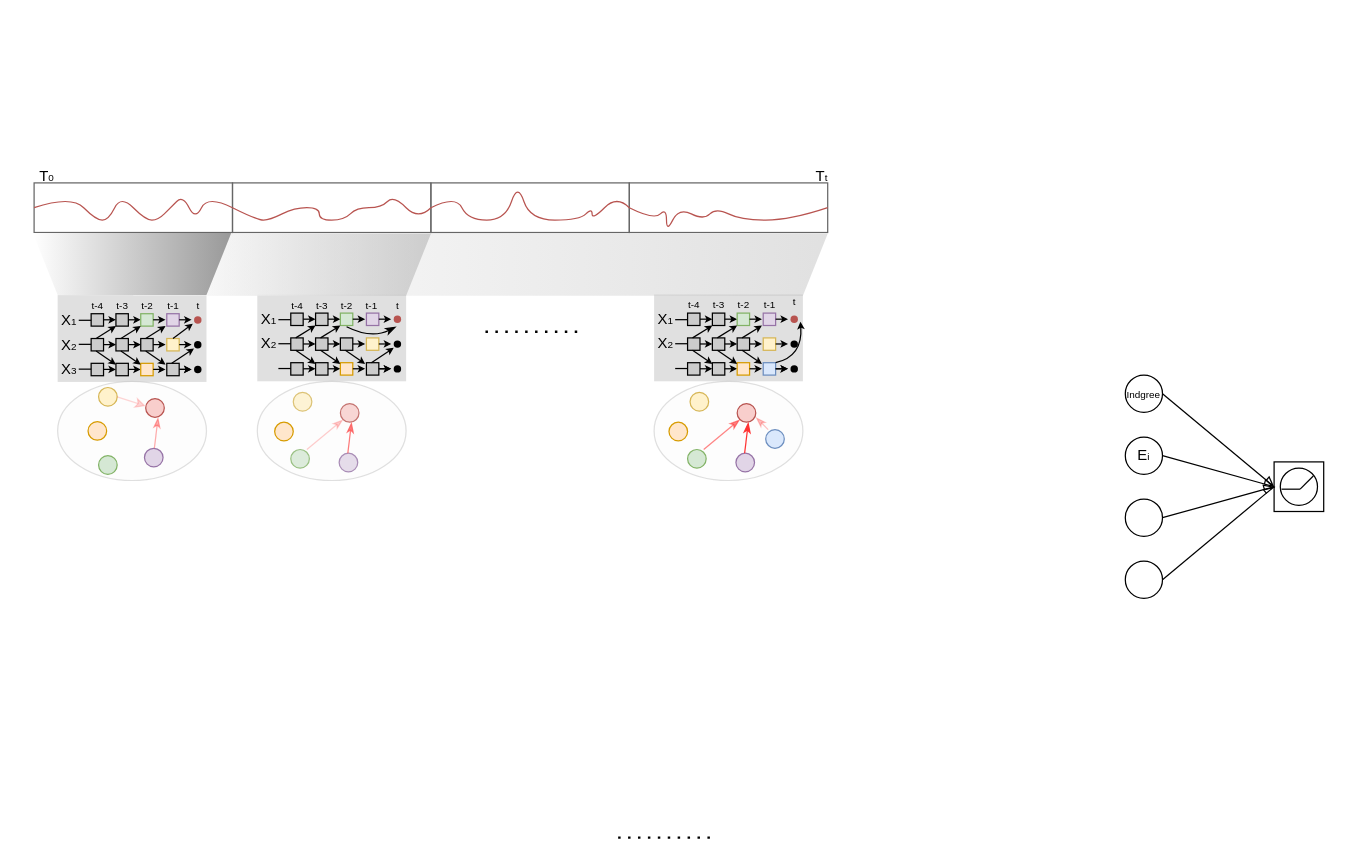
This is Causal.drawio from hzb29/hzb29, a draw.io file, before an edit. Source tidied: cells renumbered, new cells numbered last; positions are measured from the earlier drawing's top-left corner, leaving out a move shared by most shapes. Both pictures are drawn from the tidied source at 124%, with x=0, y=0 at pixel (21, 157).
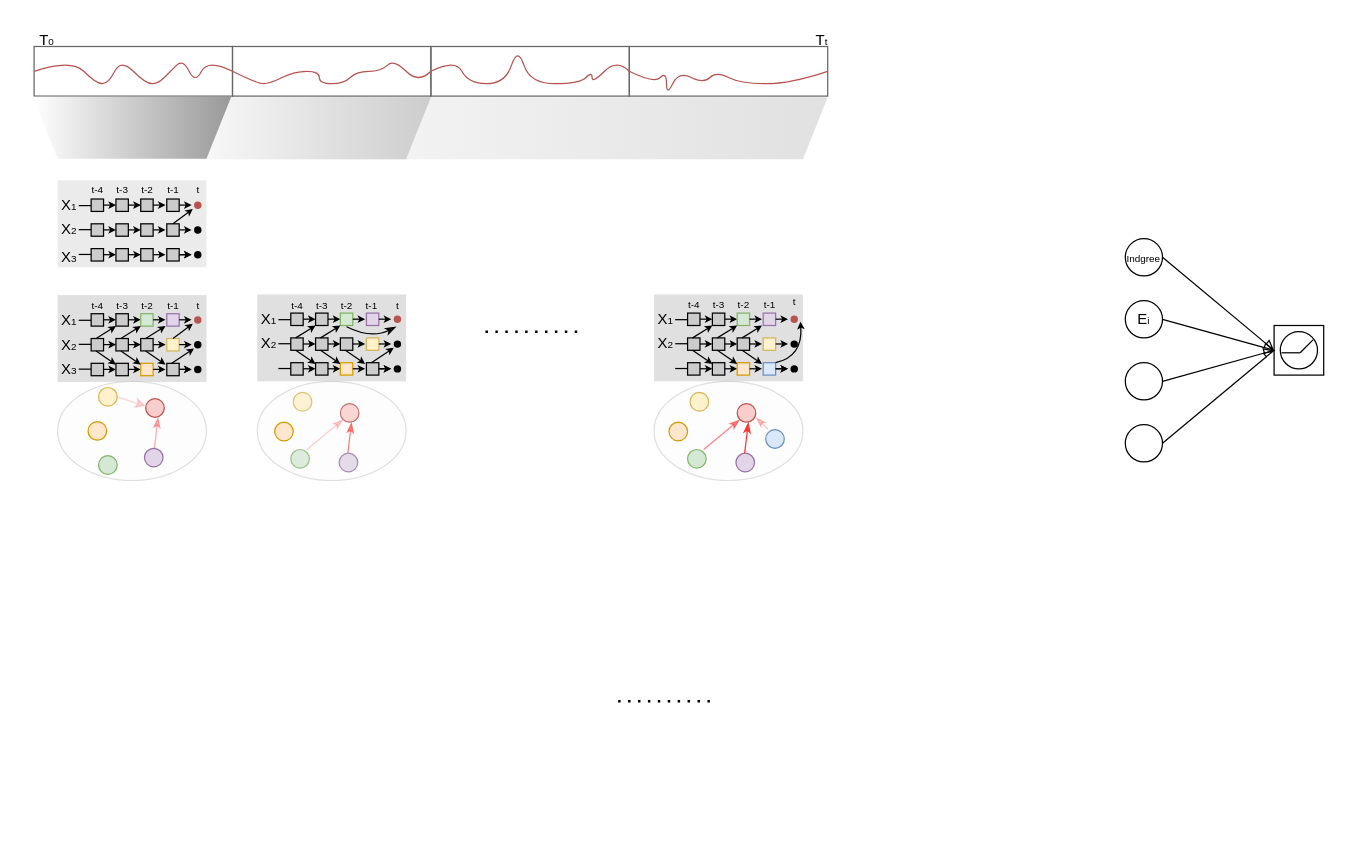
The same page after the edit.

Diff of the diagram source:
```diff
@@
     <mxCell id="3" style="rounded=0;whiteSpace=wrap;html=1;fillColor=none;fontColor=#333333;strokeColor=#666666;" parent="1" vertex="1">
-      <mxGeometry x="10" y="20" width="160" height="40" as="geometry" />
+      <mxGeometry x="10" y="-90" width="160" height="40" as="geometry" />
     </mxCell>
     <mxCell id="4" style="rounded=0;whiteSpace=wrap;html=1;fillColor=none;fontColor=#333333;strokeColor=#666666;" parent="1" vertex="1">
-      <mxGeometry x="170" y="20" width="160" height="40" as="geometry" />
+      <mxGeometry x="170" y="-90" width="160" height="40" as="geometry" />
     </mxCell>
     <mxCell id="5" style="rounded=0;whiteSpace=wrap;html=1;fillColor=none;fontColor=#333333;strokeColor=#666666;" parent="1" vertex="1">
-      <mxGeometry x="330" y="20" width="160" height="40" as="geometry" />
+      <mxGeometry x="330" y="-90" width="160" height="40" as="geometry" />
     </mxCell>
     <mxCell id="6" style="rounded=0;whiteSpace=wrap;html=1;fillColor=none;fontColor=#333333;strokeColor=#666666;" parent="1" vertex="1">
-      <mxGeometry x="490" y="20" width="160" height="40" as="geometry" />
+      <mxGeometry x="490" y="-90" width="160" height="40" as="geometry" />
     </mxCell>
     <mxCell id="7" style="curved=1;endArrow=none;html=1;rounded=0;startFill=0;entryX=0;entryY=0.5;entryDx=0;entryDy=0;fillColor=#f8cecc;strokeColor=#b85450;" parent="1" edge="1" target="4">
       <mxGeometry relative="1" as="geometry">
-        <mxPoint x="10" y="40" as="sourcePoint" />
+        <mxPoint x="10" y="-70" as="sourcePoint" />
         <Array as="points">
-          <mxPoint x="40" y="30" />
-          <mxPoint x="60" y="50" />
-          <mxPoint x="70" y="50" />
-          <mxPoint x="80" y="30" />
-          <mxPoint x="100" y="50" />
-          <mxPoint x="110" y="50" />
-          <mxPoint x="120" y="40" />
-          <mxPoint x="130" y="30" />
-          <mxPoint x="140" y="50" />
-          <mxPoint x="150" y="30" />
+          <mxPoint x="40" y="-80" />
+          <mxPoint x="60" y="-60" />
+          <mxPoint x="70" y="-60" />
+          <mxPoint x="80" y="-80" />
+          <mxPoint x="100" y="-60" />
+          <mxPoint x="110" y="-60" />
+          <mxPoint x="120" y="-70" />
+          <mxPoint x="130" y="-80" />
+          <mxPoint x="140" y="-60" />
+          <mxPoint x="150" y="-80" />
         </Array>
       </mxGeometry>
     </mxCell>
     <mxCell id="8" style="curved=1;endArrow=none;html=1;rounded=0;startFill=0;entryX=0;entryY=0.5;entryDx=0;entryDy=0;fillColor=#f8cecc;strokeColor=#b85450;" parent="1" edge="1">
       <mxGeometry relative="1" as="geometry">
-        <mxPoint x="170" y="40" as="sourcePoint" />
-        <mxPoint x="330" y="40" as="targetPoint" />
+        <mxPoint x="170" y="-70" as="sourcePoint" />
+        <mxPoint x="330" y="-70" as="targetPoint" />
         <Array as="points">
-          <mxPoint x="190" y="50" />
-          <mxPoint x="200" y="50" />
-          <mxPoint x="220" y="40" />
-          <mxPoint x="240" y="40" />
-          <mxPoint x="240" y="50" />
-          <mxPoint x="260" y="50" />
-          <mxPoint x="270" y="40" />
-          <mxPoint x="290" y="40" />
-          <mxPoint x="300" y="30" />
-          <mxPoint x="320" y="50" />
+          <mxPoint x="190" y="-60" />
+          <mxPoint x="200" y="-60" />
+          <mxPoint x="220" y="-70" />
+          <mxPoint x="240" y="-70" />
+          <mxPoint x="240" y="-60" />
+          <mxPoint x="260" y="-60" />
+          <mxPoint x="270" y="-70" />
+          <mxPoint x="290" y="-70" />
+          <mxPoint x="300" y="-80" />
+          <mxPoint x="320" y="-60" />
         </Array>
       </mxGeometry>
     </mxCell>
     <mxCell id="9" style="curved=1;endArrow=none;html=1;rounded=0;startFill=0;entryX=0;entryY=0.5;entryDx=0;entryDy=0;fillColor=#f8cecc;strokeColor=#b85450;" parent="1" edge="1">
       <mxGeometry relative="1" as="geometry">
-        <mxPoint x="330" y="40" as="sourcePoint" />
-        <mxPoint x="490" y="40" as="targetPoint" />
+        <mxPoint x="330" y="-70" as="sourcePoint" />
+        <mxPoint x="490" y="-70" as="targetPoint" />
         <Array as="points">
-          <mxPoint x="350" y="30" />
-          <mxPoint x="360" y="50" />
-          <mxPoint x="390" y="50" />
-          <mxPoint x="400" y="20" />
-          <mxPoint x="410" y="50" />
-          <mxPoint x="450" y="50" />
-          <mxPoint x="460" y="40" />
-          <mxPoint x="460" y="50" />
-          <mxPoint x="480" y="30" />
+          <mxPoint x="350" y="-80" />
+          <mxPoint x="360" y="-60" />
+          <mxPoint x="390" y="-60" />
+          <mxPoint x="400" y="-90" />
+          <mxPoint x="410" y="-60" />
+          <mxPoint x="450" y="-60" />
+          <mxPoint x="460" y="-70" />
+          <mxPoint x="460" y="-60" />
+          <mxPoint x="480" y="-80" />
         </Array>
       </mxGeometry>
     </mxCell>
     <mxCell id="10" style="curved=1;endArrow=none;html=1;rounded=0;startFill=0;entryX=0;entryY=0.5;entryDx=0;entryDy=0;fillColor=#f8cecc;strokeColor=#b85450;" parent="1" edge="1">
       <mxGeometry relative="1" as="geometry">
-        <mxPoint x="490" y="40" as="sourcePoint" />
-        <mxPoint x="650" y="40" as="targetPoint" />
+        <mxPoint x="490" y="-70" as="sourcePoint" />
+        <mxPoint x="650" y="-70" as="targetPoint" />
         <Array as="points">
-          <mxPoint x="510" y="50" />
-          <mxPoint x="520" y="40" />
-          <mxPoint x="520" y="60" />
-          <mxPoint x="530" y="40" />
-          <mxPoint x="550" y="50" />
-          <mxPoint x="560" y="40" />
-          <mxPoint x="580" y="50" />
-          <mxPoint x="620" y="50" />
+          <mxPoint x="510" y="-60" />
+          <mxPoint x="520" y="-70" />
+          <mxPoint x="520" y="-50" />
+          <mxPoint x="530" y="-70" />
+          <mxPoint x="550" y="-60" />
+          <mxPoint x="560" y="-70" />
+          <mxPoint x="580" y="-60" />
+          <mxPoint x="620" y="-60" />
         </Array>
       </mxGeometry>
     </mxCell>
@@
     <mxCell id="12" style="endArrow=none;dashed=1;html=1;dashPattern=1 3;strokeWidth=2;rounded=0;" parent="1" edge="1">
       <mxGeometry relative="1" as="geometry">
-        <mxPoint x="481" y="548" as="sourcePoint" />
-        <mxPoint x="561" y="548" as="targetPoint" />
+        <mxPoint x="481" y="438" as="sourcePoint" />
+        <mxPoint x="561" y="438" as="targetPoint" />
       </mxGeometry>
     </mxCell>
@@
     <mxCell id="34" value="T&lt;font style=&quot;font-size: 8px;&quot;&gt;0&lt;/font&gt;" style="text;html=1;align=center;verticalAlign=middle;strokeColor=none;fillColor=none;" parent="1" vertex="1">
-      <mxGeometry width="40" height="30" as="geometry" />
+      <mxGeometry y="-110" width="40" height="30" as="geometry" />
     </mxCell>
     <mxCell id="35" value="T&lt;font style=&quot;font-size: 8px;&quot;&gt;t&lt;/font&gt;" style="text;html=1;align=center;verticalAlign=middle;strokeColor=none;fillColor=none;" parent="1" vertex="1">
-      <mxGeometry x="630" width="30" height="30" as="geometry" />
+      <mxGeometry x="630" y="-110" width="30" height="30" as="geometry" />
     </mxCell>
@@
     <mxCell id="46" value="&lt;font style=&quot;font-size: 8px;&quot;&gt;Indgree&lt;/font&gt;" style="ellipse;whiteSpace=wrap;html=1;" parent="1" vertex="1">
-      <mxGeometry x="890" y="175" width="30" height="30" as="geometry" />
+      <mxGeometry x="890" y="65" width="30" height="30" as="geometry" />
     </mxCell>
     <mxCell id="47" value="E&lt;font style=&quot;font-size: 8px;&quot;&gt;i&lt;/font&gt;" style="ellipse;whiteSpace=wrap;html=1;" parent="1" vertex="1">
-      <mxGeometry x="890" y="225" width="30" height="30" as="geometry" />
+      <mxGeometry x="890" y="115" width="30" height="30" as="geometry" />
     </mxCell>
     <mxCell id="48" style="ellipse;whiteSpace=wrap;html=1;" parent="1" vertex="1">
-      <mxGeometry x="890" y="275" width="30" height="30" as="geometry" />
+      <mxGeometry x="890" y="165" width="30" height="30" as="geometry" />
     </mxCell>
     <mxCell id="49" style="ellipse;whiteSpace=wrap;html=1;" parent="1" vertex="1">
-      <mxGeometry x="890" y="325" width="30" height="30" as="geometry" />
+      <mxGeometry x="890" y="215" width="30" height="30" as="geometry" />
     </mxCell>
@@
     <mxCell id="60" style="whiteSpace=wrap;html=1;" parent="1" vertex="1">
-      <mxGeometry x="1010" y="245" width="40" height="40" as="geometry" />
+      <mxGeometry x="1010" y="135" width="40" height="40" as="geometry" />
     </mxCell>
     <mxCell id="61" style="ellipse;whiteSpace=wrap;html=1;" parent="1" vertex="1">
-      <mxGeometry x="1015" y="250" width="30" height="30" as="geometry" />
+      <mxGeometry x="1015" y="140" width="30" height="30" as="geometry" />
     </mxCell>
     <mxCell id="62" style="endArrow=none;html=1;rounded=0;entryX=1;entryY=0;entryDx=0;entryDy=0;" parent="1" edge="1">
       <mxGeometry relative="1" as="geometry">
-        <mxPoint x="1031" y="267" as="sourcePoint" />
-        <mxPoint x="1041.6" y="256.4" as="targetPoint" />
+        <mxPoint x="1031" y="157" as="sourcePoint" />
+        <mxPoint x="1041.6" y="146.4" as="targetPoint" />
       </mxGeometry>
     </mxCell>
     <mxCell id="63" style="endArrow=none;html=1;rounded=0;exitX=0;exitY=0.5;exitDx=0;exitDy=0;" parent="1" edge="1">
       <mxGeometry relative="1" as="geometry">
-        <mxPoint x="1016" y="267" as="sourcePoint" />
-        <mxPoint x="1031" y="267" as="targetPoint" />
+        <mxPoint x="1016" y="157" as="sourcePoint" />
+        <mxPoint x="1031" y="157" as="targetPoint" />
       </mxGeometry>
     </mxCell>
@@
     <mxCell id="187" style="shape=trapezoid;perimeter=trapezoidPerimeter;whiteSpace=wrap;html=1;fixedSize=1;rotation=-180;size=20;gradientColor=#B3B3B3;strokeColor=none;gradientDirection=west;fixDash=0;comic=0;linecap=square;linejoin=arcs;rounded=0;opacity=80;" parent="1" vertex="1">
-      <mxGeometry x="130" y="61" width="200" height="50" as="geometry" />
+      <mxGeometry x="130" y="-49" width="200" height="50" as="geometry" />
     </mxCell>
     <mxCell id="188" style="shape=trapezoid;perimeter=trapezoidPerimeter;whiteSpace=wrap;html=1;fixedSize=1;rotation=-180;size=20;gradientColor=#B3B3B3;strokeColor=none;gradientDirection=west;fixDash=0;comic=0;linecap=square;linejoin=arcs;rounded=0;opacity=40;" parent="1" vertex="1">
-      <mxGeometry x="70" y="61" width="580" height="50" as="geometry" />
+      <mxGeometry x="70" y="-49" width="580" height="50" as="geometry" />
     </mxCell>
     <mxCell id="189" style="shape=trapezoid;perimeter=trapezoidPerimeter;whiteSpace=wrap;html=1;fixedSize=1;rotation=-180;size=20;gradientColor=#999999;strokeColor=none;gradientDirection=west;fixDash=0;comic=0;linecap=square;linejoin=arcs;rounded=0;fillColor=#FFFFFF;" parent="1" vertex="1">
-      <mxGeometry x="9" y="60.5" width="160" height="50" as="geometry" />
+      <mxGeometry x="9" y="-49.5" width="160" height="50" as="geometry" />
     </mxCell>
@@
+    <mxCell id="197" style="rounded=0;whiteSpace=wrap;html=1;strokeColor=none;fillColor=#CCCCCC;gradientColor=none;gradientDirection=north;opacity=40;" parent="1" vertex="1">
+      <mxGeometry x="29" y="18" width="120" height="70" as="geometry" />
+    </mxCell>
+    <mxCell id="198" style="rounded=0;whiteSpace=wrap;html=1;fillColor=#CCCCCC;" parent="1" vertex="1">
+      <mxGeometry x="56" y="33" width="10" height="10" as="geometry" />
+    </mxCell>
+    <mxCell id="199" style="rounded=0;whiteSpace=wrap;html=1;fillColor=#CCCCCC;" parent="1" vertex="1">
+      <mxGeometry x="76" y="33" width="10" height="10" as="geometry" />
+    </mxCell>
+    <mxCell id="200" style="rounded=0;whiteSpace=wrap;html=1;fillColor=#CCCCCC;strokeColor=#000000;" parent="1" vertex="1">
+      <mxGeometry x="117" y="33" width="10" height="10" as="geometry" />
+    </mxCell>
+    <mxCell id="201" style="rounded=0;whiteSpace=wrap;html=1;fillColor=#CCCCCC;" parent="1" vertex="1">
+      <mxGeometry x="56" y="53" width="10" height="10" as="geometry" />
+    </mxCell>
+    <mxCell id="202" style="rounded=0;whiteSpace=wrap;html=1;fillColor=#CCCCCC;" parent="1" vertex="1">
+      <mxGeometry x="76" y="53" width="10" height="10" as="geometry" />
+    </mxCell>
+    <mxCell id="203" style="rounded=0;whiteSpace=wrap;html=1;fillColor=#CCCCCC;strokeColor=#000000;" parent="1" vertex="1">
+      <mxGeometry x="117" y="53" width="10" height="10" as="geometry" />
+    </mxCell>
+    <mxCell id="204" style="rounded=0;whiteSpace=wrap;html=1;fillColor=#CCCCCC;" parent="1" vertex="1">
+      <mxGeometry x="56" y="73" width="10" height="10" as="geometry" />
+    </mxCell>
+    <mxCell id="205" style="rounded=0;whiteSpace=wrap;html=1;fillColor=#CCCCCC;" parent="1" vertex="1">
+      <mxGeometry x="76" y="73" width="10" height="10" as="geometry" />
+    </mxCell>
+    <mxCell id="206" style="rounded=0;whiteSpace=wrap;html=1;fillColor=#CCCCCC;strokeColor=#000000;" parent="1" vertex="1">
+      <mxGeometry x="117" y="73" width="10" height="10" as="geometry" />
+    </mxCell>
+    <mxCell id="207" style="endArrow=classic;html=1;rounded=0;endSize=3;startSize=3;" parent="1" edge="1">
+      <mxGeometry relative="1" as="geometry">
+        <mxPoint x="127" y="57.9" as="sourcePoint" />
+        <mxPoint x="137" y="57.9" as="targetPoint" />
+      </mxGeometry>
+    </mxCell>
+    <mxCell id="208" style="endArrow=classic;html=1;rounded=0;endSize=3;startSize=3;" parent="1" edge="1">
+      <mxGeometry relative="1" as="geometry">
+        <mxPoint x="127" y="37.9" as="sourcePoint" />
+        <mxPoint x="137" y="37.9" as="targetPoint" />
+      </mxGeometry>
+    </mxCell>
+    <mxCell id="209" style="endArrow=classic;html=1;rounded=0;endSize=3;startSize=3;" parent="1" edge="1">
+      <mxGeometry relative="1" as="geometry">
+        <mxPoint x="127" y="77.9" as="sourcePoint" />
+        <mxPoint x="137" y="77.9" as="targetPoint" />
+      </mxGeometry>
+    </mxCell>
+    <mxCell id="210" style="endArrow=classic;html=1;rounded=0;endSize=3;startSize=3;" parent="1" edge="1">
+      <mxGeometry relative="1" as="geometry">
+        <mxPoint x="86" y="57.9" as="sourcePoint" />
+        <mxPoint x="96" y="57.9" as="targetPoint" />
+      </mxGeometry>
+    </mxCell>
+    <mxCell id="211" style="endArrow=classic;html=1;rounded=0;endSize=3;startSize=3;" parent="1" edge="1">
+      <mxGeometry relative="1" as="geometry">
+        <mxPoint x="86" y="37.9" as="sourcePoint" />
+        <mxPoint x="96" y="37.9" as="targetPoint" />
+      </mxGeometry>
+    </mxCell>
+    <mxCell id="212" style="endArrow=classic;html=1;rounded=0;endSize=3;startSize=3;" parent="1" edge="1">
+      <mxGeometry relative="1" as="geometry">
+        <mxPoint x="66" y="37.9" as="sourcePoint" />
+        <mxPoint x="76" y="37.9" as="targetPoint" />
+      </mxGeometry>
+    </mxCell>
+    <mxCell id="213" style="endArrow=classic;html=1;rounded=0;endSize=3;startSize=3;" parent="1" edge="1">
+      <mxGeometry relative="1" as="geometry">
+        <mxPoint x="66" y="57.9" as="sourcePoint" />
+        <mxPoint x="76" y="57.9" as="targetPoint" />
+      </mxGeometry>
+    </mxCell>
+    <mxCell id="214" style="endArrow=classic;html=1;rounded=0;endSize=3;startSize=3;" parent="1" edge="1">
+      <mxGeometry relative="1" as="geometry">
+        <mxPoint x="86" y="77.9" as="sourcePoint" />
+        <mxPoint x="96" y="77.9" as="targetPoint" />
+      </mxGeometry>
+    </mxCell>
+    <mxCell id="215" style="endArrow=classic;html=1;rounded=0;endSize=3;startSize=3;" parent="1" edge="1">
+      <mxGeometry relative="1" as="geometry">
+        <mxPoint x="66" y="77.9" as="sourcePoint" />
+        <mxPoint x="76" y="77.9" as="targetPoint" />
+      </mxGeometry>
+    </mxCell>
+    <mxCell id="216" style="endArrow=classic;html=1;rounded=0;endSize=3;startSize=3;" parent="1" edge="1">
+      <mxGeometry relative="1" as="geometry">
+        <mxPoint x="127" y="77.9" as="sourcePoint" />
+        <mxPoint x="137" y="77.9" as="targetPoint" />
+      </mxGeometry>
+    </mxCell>
+    <mxCell id="217" style="endArrow=classic;html=1;rounded=0;endSize=3;startSize=3;exitX=0.5;exitY=0;exitDx=0;exitDy=0;" parent="1" edge="1" source="203">
+      <mxGeometry relative="1" as="geometry">
+        <mxPoint x="138" y="41" as="targetPoint" />
+      </mxGeometry>
+    </mxCell>
+    <mxCell id="218" style="shape=waypoint;sketch=0;size=6;fillColor=#f8cecc;perimeter=centerPerimeter;strokeColor=#b85450;" parent="1" vertex="1">
+      <mxGeometry x="132" y="28" width="20" height="20" as="geometry" />
+    </mxCell>
+    <mxCell id="219" style="rounded=0;whiteSpace=wrap;html=1;fillColor=#CCCCCC;strokeColor=#000000;" parent="1" vertex="1">
+      <mxGeometry x="96" y="33" width="10" height="10" as="geometry" />
+    </mxCell>
+    <mxCell id="220" style="rounded=0;whiteSpace=wrap;html=1;fillColor=#CCCCCC;" parent="1" vertex="1">
+      <mxGeometry x="96" y="53" width="10" height="10" as="geometry" />
+    </mxCell>
+    <mxCell id="221" style="rounded=0;whiteSpace=wrap;html=1;fillColor=#CCCCCC;strokeColor=#000000;" parent="1" vertex="1">
+      <mxGeometry x="96" y="73" width="10" height="10" as="geometry" />
+    </mxCell>
+    <mxCell id="222" style="endArrow=classic;html=1;rounded=0;endSize=3;startSize=3;" parent="1" edge="1">
+      <mxGeometry relative="1" as="geometry">
+        <mxPoint x="106" y="57.9" as="sourcePoint" />
+        <mxPoint x="116" y="57.9" as="targetPoint" />
+      </mxGeometry>
+    </mxCell>
+    <mxCell id="223" style="endArrow=classic;html=1;rounded=0;endSize=3;startSize=3;" parent="1" edge="1">
+      <mxGeometry relative="1" as="geometry">
+        <mxPoint x="106" y="37.9" as="sourcePoint" />
+        <mxPoint x="116" y="37.9" as="targetPoint" />
+      </mxGeometry>
+    </mxCell>
+    <mxCell id="224" style="endArrow=classic;html=1;rounded=0;endSize=3;startSize=3;" parent="1" edge="1">
+      <mxGeometry relative="1" as="geometry">
+        <mxPoint x="106" y="77.9" as="sourcePoint" />
+        <mxPoint x="116" y="77.9" as="targetPoint" />
+      </mxGeometry>
+    </mxCell>
+    <mxCell id="225" value="X&lt;font style=&quot;font-size: 8px;&quot;&gt;1&lt;/font&gt;" style="text;html=1;align=center;verticalAlign=middle;strokeColor=none;fillColor=none;" parent="1" vertex="1">
+      <mxGeometry x="18" y="23" width="40" height="30" as="geometry" />
+    </mxCell>
+    <mxCell id="226" value="X&lt;font style=&quot;font-size: 8px;&quot;&gt;2&lt;/font&gt;" style="text;html=1;align=center;verticalAlign=middle;strokeColor=none;fillColor=none;" parent="1" vertex="1">
+      <mxGeometry x="18" y="43" width="40" height="30" as="geometry" />
+    </mxCell>
+    <mxCell id="227" style="shape=waypoint;sketch=0;size=6;fillColor=none;perimeter=centerPerimeter;" parent="1" vertex="1">
+      <mxGeometry x="132" y="48" width="20" height="20" as="geometry" />
+    </mxCell>
+    <mxCell id="228" style="shape=waypoint;sketch=0;size=6;fillColor=none;perimeter=centerPerimeter;" parent="1" vertex="1">
+      <mxGeometry x="132" y="68" width="20" height="20" as="geometry" />
+    </mxCell>
+    <mxCell id="229" style="endArrow=none;html=1;rounded=0;" parent="1" edge="1">
+      <mxGeometry relative="1" as="geometry">
+        <mxPoint x="46" y="38.3" as="sourcePoint" />
+        <mxPoint x="56" y="38.3" as="targetPoint" />
+      </mxGeometry>
+    </mxCell>
+    <mxCell id="230" style="endArrow=none;html=1;rounded=0;" parent="1" edge="1">
+      <mxGeometry relative="1" as="geometry">
+        <mxPoint x="46" y="57.7" as="sourcePoint" />
+        <mxPoint x="56" y="57.7" as="targetPoint" />
+      </mxGeometry>
+    </mxCell>
+    <mxCell id="231" style="endArrow=none;html=1;rounded=0;" parent="1" edge="1">
+      <mxGeometry relative="1" as="geometry">
+        <mxPoint x="46" y="77.7" as="sourcePoint" />
+        <mxPoint x="56" y="77.7" as="targetPoint" />
+      </mxGeometry>
+    </mxCell>
+    <mxCell id="232" value="&lt;font style=&quot;font-size: 8px;&quot;&gt;t-4&lt;/font&gt;" style="text;html=1;align=center;verticalAlign=middle;strokeColor=none;fillColor=none;" parent="1" vertex="1">
+      <mxGeometry x="46" y="10" width="30" height="30" as="geometry" />
+    </mxCell>
+    <mxCell id="233" value="&lt;font style=&quot;font-size: 8px;&quot;&gt;t-3&lt;/font&gt;" style="text;html=1;align=center;verticalAlign=middle;strokeColor=none;fillColor=none;" parent="1" vertex="1">
+      <mxGeometry x="66" y="10" width="30" height="30" as="geometry" />
+    </mxCell>
+    <mxCell id="234" value="&lt;font style=&quot;font-size: 8px;&quot;&gt;t-2&lt;/font&gt;" style="text;html=1;align=center;verticalAlign=middle;strokeColor=none;fillColor=none;" parent="1" vertex="1">
+      <mxGeometry x="86" y="10" width="30" height="30" as="geometry" />
+    </mxCell>
+    <mxCell id="235" value="&lt;font style=&quot;font-size: 8px;&quot;&gt;t-1&lt;/font&gt;" style="text;html=1;align=center;verticalAlign=middle;strokeColor=none;fillColor=none;" parent="1" vertex="1">
+      <mxGeometry x="107" y="10" width="30" height="30" as="geometry" />
+    </mxCell>
+    <mxCell id="236" value="&lt;font style=&quot;font-size: 8px;&quot;&gt;t&lt;/font&gt;" style="text;html=1;align=center;verticalAlign=middle;strokeColor=none;fillColor=none;" parent="1" vertex="1">
+      <mxGeometry x="127" y="10" width="30" height="30" as="geometry" />
+    </mxCell>
+    <mxCell id="237" value="X&lt;font style=&quot;font-size: 8px;&quot;&gt;3&lt;/font&gt;" style="text;html=1;align=center;verticalAlign=middle;strokeColor=none;fillColor=none;" parent="1" vertex="1">
+      <mxGeometry x="18" y="65" width="40" height="30" as="geometry" />
+    </mxCell>
```
